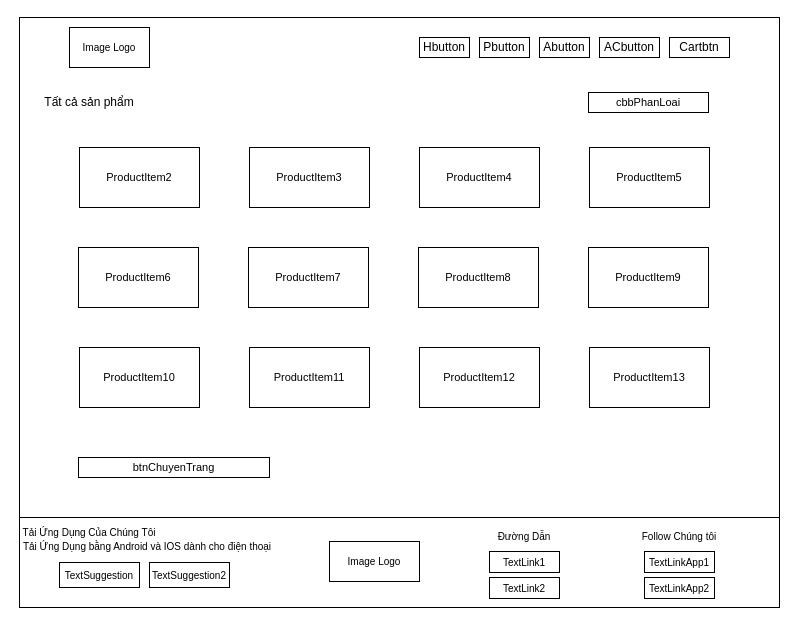
Above: San Pham view.drawio in haihak/haihak (draw.io), before the change. Source tidied: cells renumbered, new cells numbered last; positions are measured from the earlier drawing's top-left corner, leaving out a move shared by most shapes. Both pictures are drawn from the tidied source at 100%, with x=0, y=0 at pixel (17, 17).
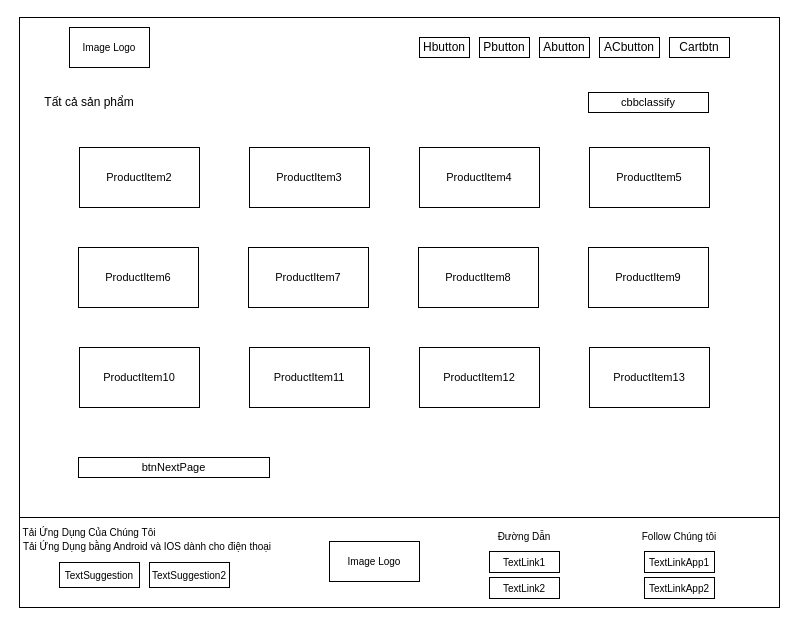
Above is the later version.

The edit, as a diff of the source:
```diff
@@
-    <mxCell id="22" value="cbbPhanLoai" style="rounded=0;whiteSpace=wrap;html=1;fontSize=11;" parent="1" vertex="1">
+    <mxCell id="22" value="cbbclassify" style="rounded=0;whiteSpace=wrap;html=1;fontSize=11;" parent="1" vertex="1">
       <mxGeometry x="571" y="75" width="120" height="20" as="geometry" />
     </mxCell>
@@
-    <mxCell id="35" value="btnChuyenTrang" style="rounded=0;whiteSpace=wrap;html=1;fontSize=11;" parent="1" vertex="1">
+    <mxCell id="35" value="btnNextPage" style="rounded=0;whiteSpace=wrap;html=1;fontSize=11;" parent="1" vertex="1">
       <mxGeometry x="61" y="440" width="191" height="20" as="geometry" />
     </mxCell>
```
